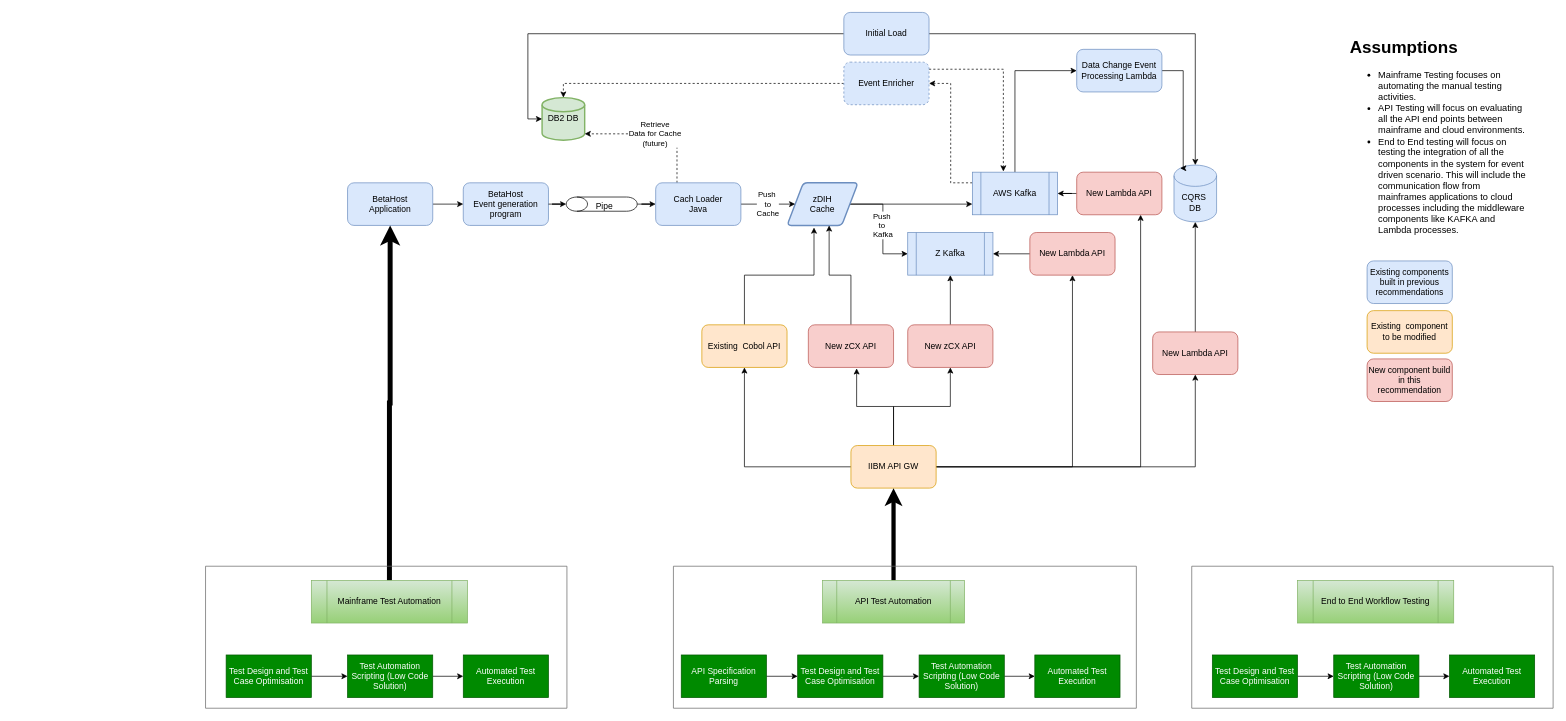
The draw.io diagram BetaNXT Test Automation.drawio in ilanjaya/TestCOE, before the edit. Source tidied: cells renumbered, new cells numbered last; positions are measured from the earlier drawing's top-left corner, leaving out a move shared by most shapes. Both pictures are drawn from the tidied source at 71%, with x=0, y=0 at pixel (205, 12).
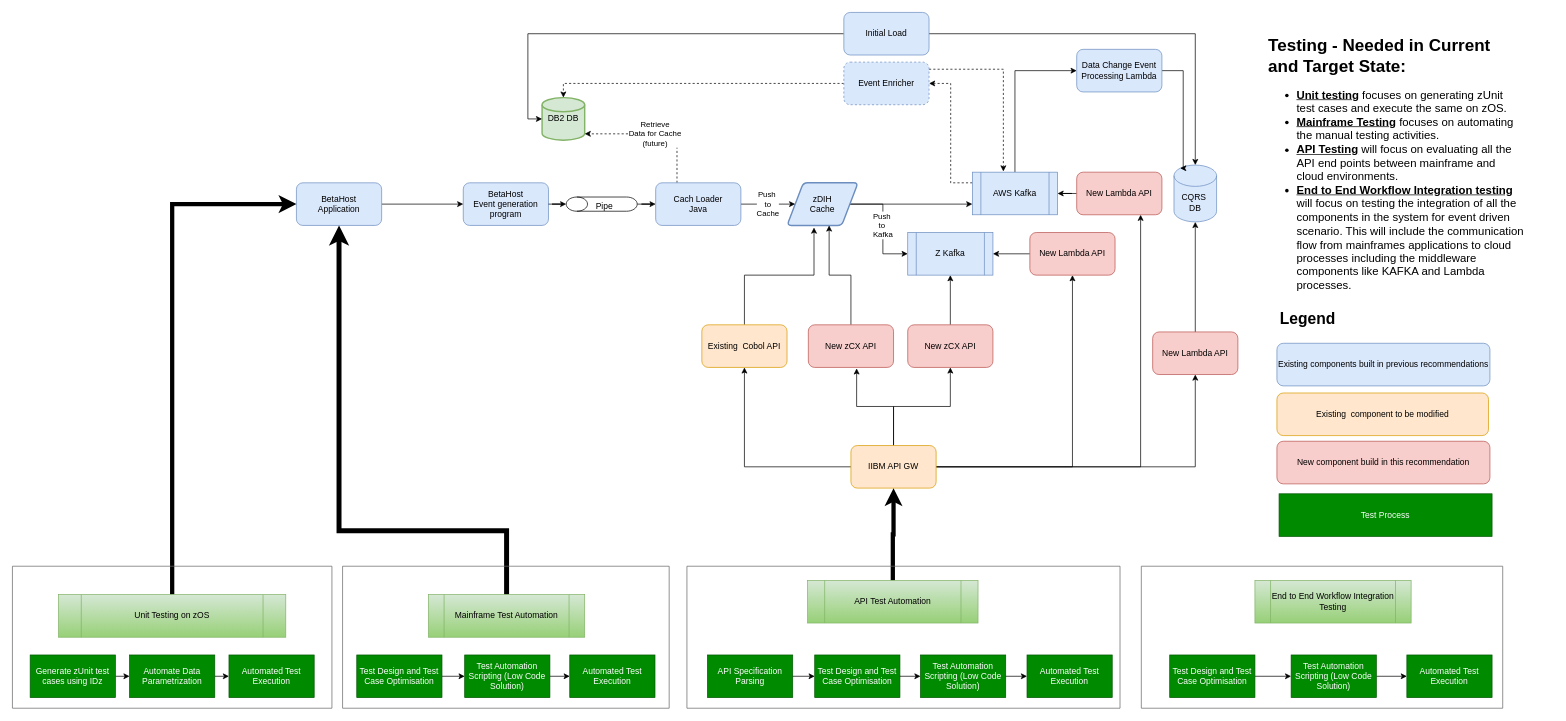
After the change.

Unchanged cells that the change refers to:
```xml
<mxCell id="33" value="IIBM API GW" style="rounded=1;whiteSpace=wrap;html=1;fillColor=#ffe6cc;strokeColor=#d79b00;fontColor=#000000;" parent="1" vertex="1">
  <mxGeometry x="909" y="610" width="120" height="60" as="geometry" />
</mxCell>
```

Change to the diagram source:
```diff
@@
     <mxCell id="41" value="Existing components built in previous recommendations" style="rounded=1;whiteSpace=wrap;html=1;fillColor=#dae8fc;strokeColor=#6c8ebf;fontColor=#000000;" parent="1" vertex="1">
-      <mxGeometry x="1636" y="350" width="120" height="60" as="geometry" />
+      <mxGeometry x="1509" y="466" width="300" height="60" as="geometry" />
     </mxCell>
     <mxCell id="42" value="Existing&amp;nbsp; component to be modified" style="rounded=1;whiteSpace=wrap;html=1;fillColor=#ffe6cc;strokeColor=#d79b00;fontColor=#000000;" parent="1" vertex="1">
-      <mxGeometry x="1636" y="420" width="120" height="60" as="geometry" />
+      <mxGeometry x="1509" y="536" width="298" height="60" as="geometry" />
     </mxCell>
     <mxCell id="43" value="New component build in this recommendation" style="rounded=1;whiteSpace=wrap;html=1;fillColor=#f8cecc;strokeColor=#b85450;fontColor=#000000;" parent="1" vertex="1">
-      <mxGeometry x="1636" y="488" width="120" height="60" as="geometry" />
+      <mxGeometry x="1509" y="604" width="300" height="60" as="geometry" />
     </mxCell>
@@
-    <mxCell id="49" value="&lt;h1&gt;Assumptions&lt;/h1&gt;&lt;p&gt;&lt;/p&gt;&lt;ul style=&quot;font-size: 13px;&quot;&gt;&lt;li&gt;Mainframe Testing focuses on automating the manual testing activities.&lt;/li&gt;&lt;li&gt;API Testing will focus on evaluating all the API end points between mainframe and cloud environments.&lt;/li&gt;&lt;li&gt;End to End testing will focus on testing the integration of all the components in the system for event driven scenario. This will include the communication flow from mainframes applications to cloud processes including the middleware components like KAFKA and Lambda processes.&lt;/li&gt;&lt;/ul&gt;&lt;p&gt;&lt;/p&gt;" style="text;html=1;strokeColor=none;fillColor=none;spacing=5;spacingTop=-20;whiteSpace=wrap;overflow=hidden;rounded=0;" parent="1" vertex="1">
-      <mxGeometry x="1607" y="30" width="260" height="320" as="geometry" />
+    <mxCell id="49" value="&lt;h1&gt;Testing - Needed in Current and Target State:&lt;/h1&gt;&lt;p&gt;&lt;/p&gt;&lt;ul style=&quot;font-size: 16px;&quot;&gt;&lt;li&gt;&lt;b&gt;&lt;u&gt;Unit testing&lt;/u&gt;&lt;/b&gt; focuses on generating zUnit test cases and execute the same on zOS.&lt;/li&gt;&lt;li&gt;&lt;b&gt;&lt;u&gt;Mainframe Testing&lt;/u&gt;&lt;/b&gt; focuses on automating the manual testing activities.&lt;/li&gt;&lt;li&gt;&lt;b&gt;&lt;u&gt;API Testing&lt;/u&gt;&lt;/b&gt; will focus on evaluating all the API end points between mainframe and cloud environments.&lt;/li&gt;&lt;li&gt;&lt;b&gt;&lt;u&gt;End to End Workflow Integration testing&lt;/u&gt;&lt;/b&gt; will focus on testing the integration of all the components in the system for event driven scenario. This will include the communication flow from mainframes applications to cloud processes including the middleware components like KAFKA and Lambda processes.&lt;/li&gt;&lt;/ul&gt;&lt;p&gt;&lt;/p&gt;" style="text;html=1;strokeColor=none;fillColor=none;spacing=5;spacingTop=-20;whiteSpace=wrap;overflow=hidden;rounded=0;" parent="1" vertex="1">
+      <mxGeometry x="1492" y="27" width="368" height="373" as="geometry" />
     </mxCell>
@@
     <mxCell id="51" value="BetaHost&lt;br&gt;Application" style="rounded=1;whiteSpace=wrap;html=1;fillColor=#dae8fc;strokeColor=#6c8ebf;fontColor=#000000;" parent="1" vertex="1">
-      <mxGeometry x="200" y="240" width="120" height="60" as="geometry" />
+      <mxGeometry x="128" y="240" width="120" height="60" as="geometry" />
     </mxCell>
     <mxCell id="52" style="edgeStyle=orthogonalEdgeStyle;rounded=0;jettySize=auto;html=1;exitX=0.5;exitY=0;exitDx=0;exitDy=0;entryX=0.5;entryY=1;entryDx=0;entryDy=0;strokeWidth=7;" parent="1" edge="1" source="53" target="51">
-      <mxGeometry relative="1" as="geometry" />
+      <mxGeometry relative="1" as="geometry">
+        <Array as="points">
+          <mxPoint x="424" y="730" />
+          <mxPoint x="188" y="730" />
+        </Array>
+      </mxGeometry>
     </mxCell>
-    <mxCell id="53" value="Mainframe Test Automation" style="shape=process;whiteSpace=wrap;html=1;backgroundOutline=1;fillColor=#d5e8d4;gradientColor=#97d077;strokeColor=#82b366;fontColor=#000000;" parent="1" vertex="1">
-      <mxGeometry x="149" y="800" width="220" height="60" as="geometry" />
-    </mxCell>
@@
-    <mxCell id="55" value="Test Design and Test Case Optimisation" style="rounded=0;whiteSpace=wrap;html=1;fillColor=#008a00;fontColor=#ffffff;strokeColor=#005700;" parent="1" vertex="1">
-      <mxGeometry x="29" y="905" width="120" height="60" as="geometry" />
-    </mxCell>
@@
     <mxCell id="57" value="Test Automation Scripting (Low Code Solution)" style="rounded=0;whiteSpace=wrap;html=1;fillColor=#008a00;fontColor=#ffffff;strokeColor=#005700;" parent="1" vertex="1">
-      <mxGeometry x="200" y="905" width="120" height="60" as="geometry" />
+      <mxGeometry x="365" y="905" width="120" height="60" as="geometry" />
     </mxCell>
+    <mxCell id="59" style="edgeStyle=orthogonalEdgeStyle;rounded=0;jettySize=auto;html=1;exitX=0.5;exitY=0;exitDx=0;exitDy=0;entryX=0.5;entryY=1;entryDx=0;entryDy=0;strokeWidth=6;" parent="1" edge="1" source="67" target="33">
+      <mxGeometry relative="1" as="geometry" />
+    </mxCell>
+    <mxCell id="65" style="swimlane;startSize=0;fillColor=#808080;gradientColor=#808080;strokeColor=#666666;" parent="1" vertex="1">
+      <mxGeometry x="193" y="780" width="460" height="200" as="geometry" />
+    </mxCell>
+    <mxCell id="53" value="Mainframe Test Automation" style="shape=process;whiteSpace=wrap;html=1;backgroundOutline=1;fillColor=#d5e8d4;gradientColor=#97d077;strokeColor=#82b366;fontColor=#000000;" parent="65" vertex="1">
+      <mxGeometry x="121" y="40" width="220" height="60" as="geometry" />
+    </mxCell>
+    <mxCell id="55" value="Test Design and Test Case Optimisation" style="rounded=0;whiteSpace=wrap;html=1;fillColor=#008a00;fontColor=#ffffff;strokeColor=#005700;" parent="65" vertex="1">
+      <mxGeometry x="20" y="125" width="120" height="60" as="geometry" />
+    </mxCell>
-    <mxCell id="58" value="Automated Test Execution" style="rounded=0;whiteSpace=wrap;html=1;fillColor=#008a00;fontColor=#ffffff;strokeColor=#005700;" parent="1" vertex="1">
-      <mxGeometry x="363" y="905" width="120" height="60" as="geometry" />
+    <mxCell id="58" value="Automated Test Execution" style="rounded=0;whiteSpace=wrap;html=1;fillColor=#008a00;fontColor=#ffffff;strokeColor=#005700;" parent="65" vertex="1">
+      <mxGeometry x="320" y="125" width="120" height="60" as="geometry" />
     </mxCell>
-    <mxCell id="59" style="edgeStyle=orthogonalEdgeStyle;rounded=0;jettySize=auto;html=1;exitX=0.5;exitY=0;exitDx=0;exitDy=0;entryX=0.5;entryY=1;entryDx=0;entryDy=0;strokeWidth=6;" parent="1" edge="1" source="67" target="33">
-      <mxGeometry relative="1" as="geometry" />
-    </mxCell>
-    <mxCell id="60" style="edgeStyle=orthogonalEdgeStyle;rounded=0;jettySize=auto;html=1;exitX=1;exitY=0.5;exitDx=0;exitDy=0;entryX=0;entryY=0.5;entryDx=0;entryDy=0;" parent="1" edge="1" source="61" target="63">
-      <mxGeometry relative="1" as="geometry" />
-    </mxCell>
-    <mxCell id="61" value="Test Design and Test Case Optimisation" style="rounded=0;whiteSpace=wrap;html=1;fillColor=#008a00;fontColor=#ffffff;strokeColor=#005700;" parent="1" vertex="1">
-      <mxGeometry x="834" y="905" width="120" height="60" as="geometry" />
-    </mxCell>
-    <mxCell id="62" style="edgeStyle=orthogonalEdgeStyle;rounded=0;jettySize=auto;html=1;exitX=1;exitY=0.5;exitDx=0;exitDy=0;entryX=0;entryY=0.5;entryDx=0;entryDy=0;" parent="1" edge="1" source="63" target="64">
-      <mxGeometry relative="1" as="geometry" />
-    </mxCell>
+    <mxCell id="66" style="swimlane;startSize=0;fillColor=#808080;gradientColor=#808080;strokeColor=#666666;" parent="1" vertex="1">
+      <mxGeometry x="678" y="780" width="610" height="200" as="geometry" />
+    </mxCell>
+    <mxCell id="67" value="API Test Automation" style="shape=process;whiteSpace=wrap;html=1;backgroundOutline=1;fillColor=#d5e8d4;gradientColor=#97d077;strokeColor=#82b366;fontColor=#000000;" parent="66" vertex="1">
+      <mxGeometry x="170" y="20" width="240" height="60" as="geometry" />
+    </mxCell>
+    <mxCell id="69" value="API Specification Parsing" style="rounded=0;whiteSpace=wrap;html=1;fillColor=#008a00;fontColor=#ffffff;strokeColor=#005700;" parent="66" vertex="1">
+      <mxGeometry x="29" y="125" width="120" height="60" as="geometry" />
+    </mxCell>
-    <mxCell id="63" value="Test Automation Scripting (Low Code Solution)" style="rounded=0;whiteSpace=wrap;html=1;fillColor=#008a00;fontColor=#ffffff;strokeColor=#005700;" parent="1" vertex="1">
-      <mxGeometry x="1005" y="905" width="120" height="60" as="geometry" />
+    <mxCell id="63" value="Test Automation Scripting (Low Code Solution)" style="rounded=0;whiteSpace=wrap;html=1;fillColor=#008a00;fontColor=#ffffff;strokeColor=#005700;" parent="66" vertex="1">
+      <mxGeometry x="329" y="125" width="120" height="60" as="geometry" />
     </mxCell>
-    <mxCell id="64" value="Automated Test Execution" style="rounded=0;whiteSpace=wrap;html=1;fillColor=#008a00;fontColor=#ffffff;strokeColor=#005700;" parent="1" vertex="1">
-      <mxGeometry x="1168" y="905" width="120" height="60" as="geometry" />
+    <mxCell id="64" value="Automated Test Execution" style="rounded=0;whiteSpace=wrap;html=1;fillColor=#008a00;fontColor=#ffffff;strokeColor=#005700;" parent="66" vertex="1">
+      <mxGeometry x="479" y="125" width="120" height="60" as="geometry" />
     </mxCell>
-    <mxCell id="65" style="swimlane;startSize=0;fillColor=#808080;gradientColor=#808080;strokeColor=#666666;" parent="1" vertex="1">
-      <mxGeometry y="780" width="509" height="200" as="geometry" />
-    </mxCell>
-    <mxCell id="66" style="swimlane;startSize=0;fillColor=#808080;gradientColor=#808080;strokeColor=#666666;" parent="1" vertex="1">
-      <mxGeometry x="659" y="780" width="652" height="200" as="geometry" />
-    </mxCell>
-    <mxCell id="67" value="API Test Automation" style="shape=process;whiteSpace=wrap;html=1;backgroundOutline=1;fillColor=#d5e8d4;gradientColor=#97d077;strokeColor=#82b366;fontColor=#000000;" parent="66" vertex="1">
-      <mxGeometry x="210" y="20" width="200" height="60" as="geometry" />
-    </mxCell>
+    <mxCell id="62" style="edgeStyle=orthogonalEdgeStyle;rounded=0;jettySize=auto;html=1;exitX=1;exitY=0.5;exitDx=0;exitDy=0;entryX=0;entryY=0.5;entryDx=0;entryDy=0;" parent="66" edge="1" source="63" target="64">
+      <mxGeometry relative="1" as="geometry" />
+    </mxCell>
+    <mxCell id="61" value="Test Design and Test Case Optimisation" style="rounded=0;whiteSpace=wrap;html=1;fillColor=#008a00;fontColor=#ffffff;strokeColor=#005700;" parent="66" vertex="1">
+      <mxGeometry x="180" y="125" width="120" height="60" as="geometry" />
+    </mxCell>
+    <mxCell id="60" style="edgeStyle=orthogonalEdgeStyle;rounded=0;jettySize=auto;html=1;exitX=1;exitY=0.5;exitDx=0;exitDy=0;entryX=0;entryY=0.5;entryDx=0;entryDy=0;" parent="66" edge="1" source="61" target="63">
+      <mxGeometry relative="1" as="geometry" />
+    </mxCell>
-    <mxCell id="68" style="edgeStyle=orthogonalEdgeStyle;rounded=0;jettySize=auto;html=1;exitX=1;exitY=0.5;exitDx=0;exitDy=0;entryX=0;entryY=0.5;entryDx=0;entryDy=0;" parent="1" edge="1" source="69" target="61">
+    <mxCell id="68" style="edgeStyle=orthogonalEdgeStyle;rounded=0;jettySize=auto;html=1;exitX=1;exitY=0.5;exitDx=0;exitDy=0;entryX=0;entryY=0.5;entryDx=0;entryDy=0;" parent="66" edge="1" source="69" target="61">
       <mxGeometry relative="1" as="geometry" />
     </mxCell>
-    <mxCell id="69" value="API Specification Parsing" style="rounded=0;whiteSpace=wrap;html=1;fillColor=#008a00;fontColor=#ffffff;strokeColor=#005700;" parent="1" vertex="1">
-      <mxGeometry x="670" y="905" width="120" height="60" as="geometry" />
-    </mxCell>
-    <mxCell id="70" value="End to End Workflow Testing" style="shape=process;whiteSpace=wrap;html=1;backgroundOutline=1;fillColor=#d5e8d4;gradientColor=#97d077;strokeColor=#82b366;fontColor=#000000;" parent="1" vertex="1">
-      <mxGeometry x="1538" y="800" width="220" height="60" as="geometry" />
+    <mxCell id="70" value="End to End Workflow Integration Testing" style="shape=process;whiteSpace=wrap;html=1;backgroundOutline=1;fillColor=#d5e8d4;gradientColor=#97d077;strokeColor=#82b366;fontColor=#000000;" parent="1" vertex="1">
+      <mxGeometry x="1478" y="800" width="220" height="60" as="geometry" />
     </mxCell>
@@
     <mxCell id="72" value="Test Design and Test Case Optimisation" style="rounded=0;whiteSpace=wrap;html=1;fillColor=#008a00;fontColor=#ffffff;strokeColor=#005700;" parent="1" vertex="1">
-      <mxGeometry x="1418" y="905" width="120" height="60" as="geometry" />
+      <mxGeometry x="1358" y="905" width="120" height="60" as="geometry" />
     </mxCell>
@@
     <mxCell id="74" value="Test Automation Scripting (Low Code Solution)" style="rounded=0;whiteSpace=wrap;html=1;fillColor=#008a00;fontColor=#ffffff;strokeColor=#005700;" parent="1" vertex="1">
-      <mxGeometry x="1589" y="905" width="120" height="60" as="geometry" />
+      <mxGeometry x="1529" y="905" width="120" height="60" as="geometry" />
     </mxCell>
     <mxCell id="75" value="Automated Test Execution" style="rounded=0;whiteSpace=wrap;html=1;fillColor=#008a00;fontColor=#ffffff;strokeColor=#005700;" parent="1" vertex="1">
-      <mxGeometry x="1752" y="905" width="120" height="60" as="geometry" />
+      <mxGeometry x="1692" y="905" width="120" height="60" as="geometry" />
     </mxCell>
     <mxCell id="76" style="swimlane;startSize=0;fillColor=#808080;gradientColor=#808080;strokeColor=#666666;" parent="1" vertex="1">
-      <mxGeometry x="1389" y="780" width="509" height="200" as="geometry" />
+      <mxGeometry x="1318" y="780" width="509" height="200" as="geometry" />
     </mxCell>
+    <mxCell id="77" style="edgeStyle=orthogonalEdgeStyle;rounded=0;jettySize=auto;html=1;exitX=0.5;exitY=0;exitDx=0;exitDy=0;entryX=0;entryY=0.5;entryDx=0;entryDy=0;strokeWidth=6;" parent="1" edge="1" source="84" target="51">
+      <mxGeometry relative="1" as="geometry" />
+    </mxCell>
+    <mxCell id="78" style="edgeStyle=orthogonalEdgeStyle;rounded=0;jettySize=auto;html=1;exitX=1;exitY=0.5;exitDx=0;exitDy=0;entryX=0;entryY=0.5;entryDx=0;entryDy=0;" parent="1" edge="1" source="83" target="80">
+      <mxGeometry relative="1" as="geometry" />
+    </mxCell>
+    <mxCell id="79" style="edgeStyle=orthogonalEdgeStyle;rounded=0;jettySize=auto;html=1;exitX=1;exitY=0.5;exitDx=0;exitDy=0;entryX=0;entryY=0.5;entryDx=0;entryDy=0;" parent="1" edge="1" source="80" target="82">
+      <mxGeometry relative="1" as="geometry" />
+    </mxCell>
+    <mxCell id="80" value="Automate Data Parametrization" style="rounded=0;whiteSpace=wrap;html=1;fillColor=#008a00;fontColor=#ffffff;strokeColor=#005700;" parent="1" vertex="1">
+      <mxGeometry x="-107" y="905" width="120" height="60" as="geometry" />
+    </mxCell>
+    <mxCell id="81" style="swimlane;startSize=0;fillColor=#808080;gradientColor=#808080;strokeColor=#666666;spacingLeft=1;" parent="1" vertex="1">
+      <mxGeometry x="-272" y="780" width="450" height="200" as="geometry" />
+    </mxCell>
+    <mxCell id="82" value="Automated Test Execution" style="rounded=0;whiteSpace=wrap;html=1;fillColor=#008a00;fontColor=#ffffff;strokeColor=#005700;" parent="81" vertex="1">
+      <mxGeometry x="305" y="125" width="120" height="60" as="geometry" />
+    </mxCell>
+    <mxCell id="83" value="Generate zUnit test cases using IDz" style="rounded=0;whiteSpace=wrap;html=1;fillColor=#008a00;fontColor=#ffffff;strokeColor=#005700;" parent="81" vertex="1">
+      <mxGeometry x="25" y="125" width="120" height="60" as="geometry" />
+    </mxCell>
+    <mxCell id="84" value="Unit Testing on zOS" style="shape=process;whiteSpace=wrap;html=1;backgroundOutline=1;fillColor=#d5e8d4;gradientColor=#97d077;strokeColor=#82b366;fontColor=#000000;" parent="81" vertex="1">
+      <mxGeometry x="65" y="40" width="320" height="60" as="geometry" />
+    </mxCell>
+    <mxCell id="85" value="Test Process" style="rounded=0;whiteSpace=wrap;html=1;fillColor=#008a00;fontColor=#ffffff;strokeColor=#005700;" parent="1" vertex="1">
+      <mxGeometry x="1512" y="678" width="300" height="60" as="geometry" />
+    </mxCell>
+    <mxCell id="86" value="&lt;font style=&quot;font-size: 22px;&quot;&gt;&lt;b&gt;Legend&lt;/b&gt;&lt;/font&gt;" style="text;html=1;strokeColor=none;fillColor=none;align=center;verticalAlign=middle;whiteSpace=wrap;rounded=0;" parent="1" vertex="1">
+      <mxGeometry x="1504" y="410" width="97" height="43" as="geometry" />
+    </mxCell>
```
